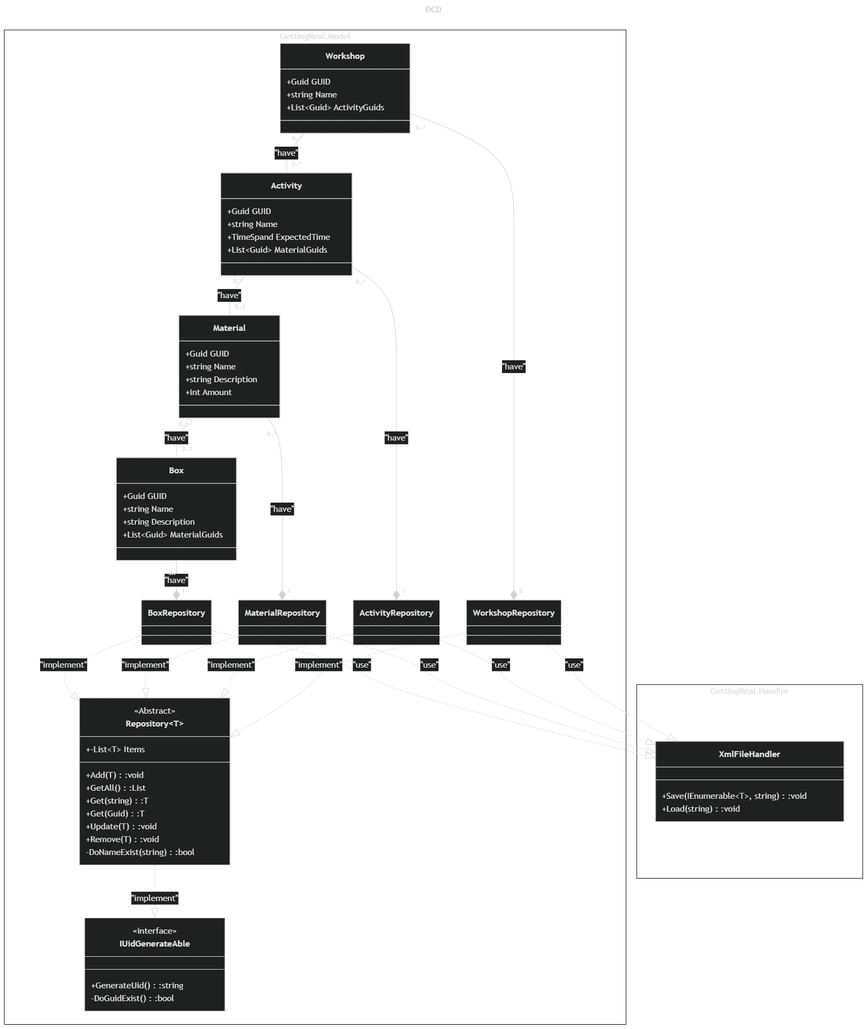
Above: documentation/DCD.png in DMOoF25-Team-11-2/GettingReal (Mermaid), before the change. Its source is kept beside it as documentation/DCD.mmd.
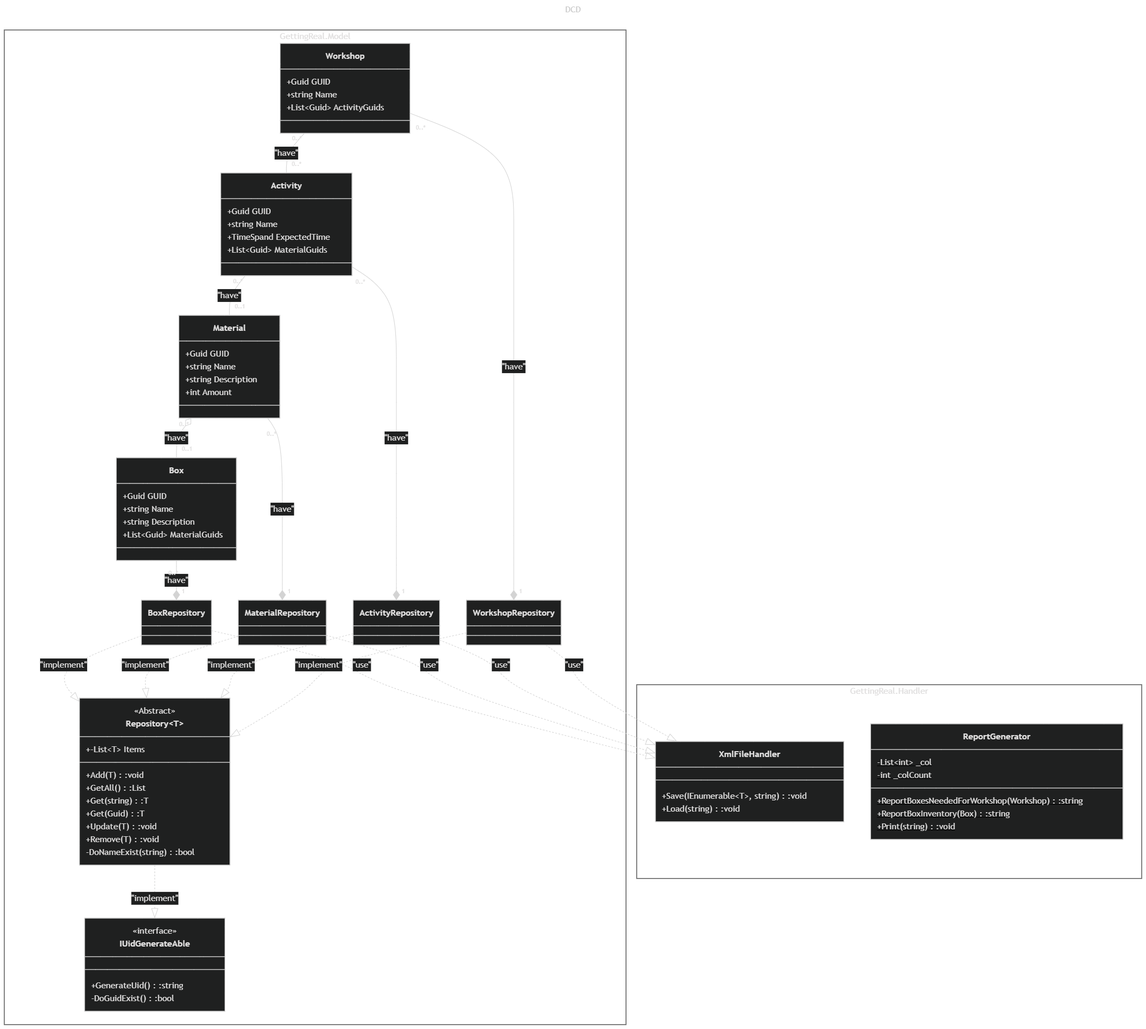
The same file after the commit.

Change to the diagram source:
```diff
@@ -75,6 +75,30 @@
             +Print(string) :void$
         }
 	}
+    namespace GettingReal.ViewModel {
+        class BoxViewModel {
+            +Boxes : ObservableCollection~Box~
+            +SelectedBox : Box
+            +MaterialsInBox : ObservableCollection~Material~
+            +AddBox(Box) : void
+            +RemoveBox(Box) : void
+        }
+        class MaterialViewModel {
+            +Materials : ObservableCollection~Material~
+            +SelectedMaterial : Material
+        }
+        class ActivityViewModel {
+            +Activities : ObservableCollection~Activity~
+            +SelectedActivity : Activity
+            +MaterialsInActivity : ObservableCollection~Material~
+        }
+        class WorkshopViewModel {
+            +Workshops : ObservableCollection~Workshop~
+            +SelectedWorkshop : Workshop
+            +ActivitiesInWorkshop : ObservableCollection~Activity~
+        }
+    }
+
 
 	<<Abstract>> Repository
 	<<interface>> IUidGenerateAble
@@ -95,3 +119,15 @@
     MaterialRepository ..|> XmlFileHandler : "use"
     ActivityRepository ..|> XmlFileHandler : "use"
     WorkshopRepository ..|> XmlFileHandler : "use"
+
+    BoxViewModel ..> BoxRepository : "uses"
+    BoxViewModel ..> Box : "manages"
+    BoxViewModel ..> Material : "manages"
+    MaterialViewModel ..> MaterialRepository : "uses"
+    MaterialViewModel ..> Material : "manages"
+    ActivityViewModel ..> ActivityRepository : "uses"
+    ActivityViewModel ..> Activity : "manages"
+    ActivityViewModel ..> Material : "manages"
+    WorkshopViewModel ..> WorkshopRepository : "uses"
+    WorkshopViewModel ..> Workshop : "manages"
+    WorkshopViewModel ..> Activity : "manages"
```
